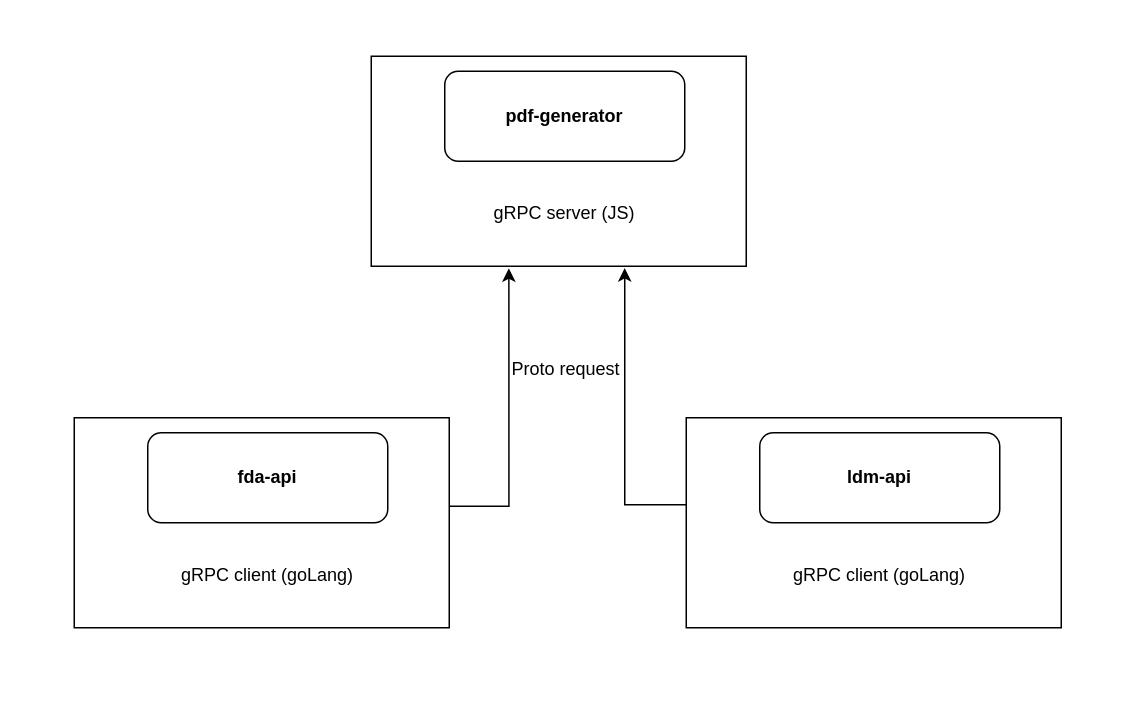
Earlier version of the draw.io diagram Untitled Diagram.drawio (arif2009/diagram). Source tidied: cells renumbered, new cells numbered last; positions are measured from the earlier drawing's top-left corner, leaving out a move shared by most shapes. Both pictures are drawn from the tidied source at 150%, with x=0, y=0 at pixel (74, 56).
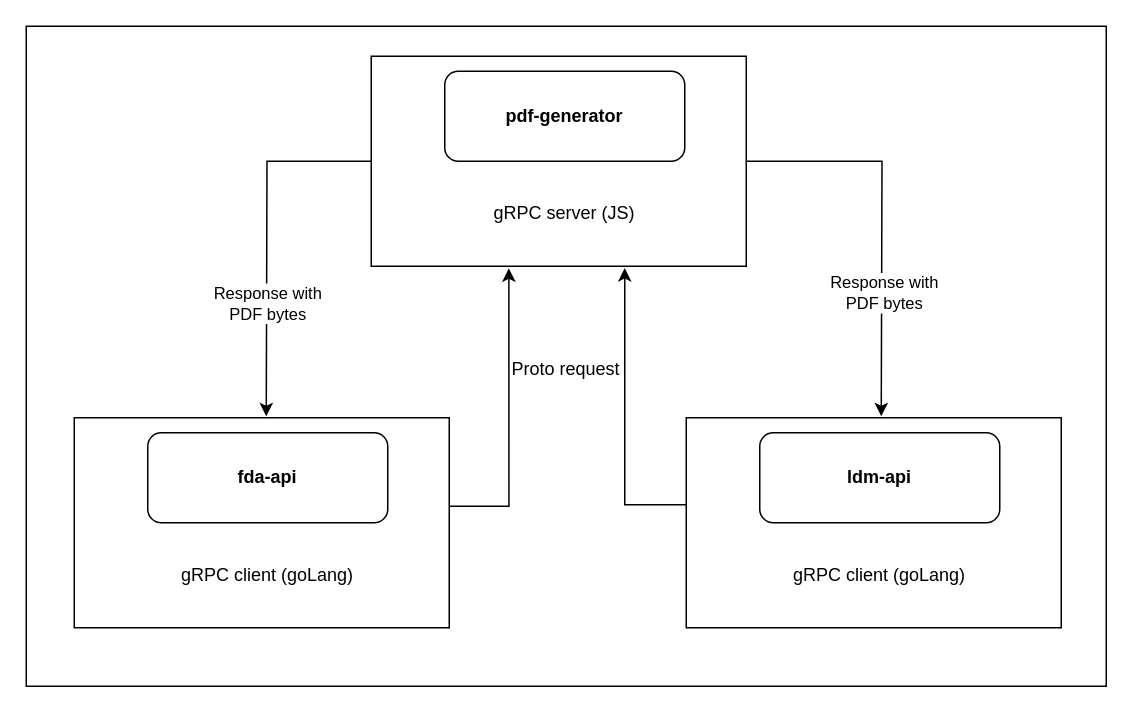
After the change.

Unchanged cells that the change refers to:
```xml
<mxCell id="2" style="rounded=0;whiteSpace=wrap;html=1;" parent="1" vertex="1">
  <mxGeometry x="198" width="250" height="140" as="geometry" />
</mxCell>
```

Diff of the diagram source:
```diff
@@
+    <mxCell id="14" style="rounded=0;whiteSpace=wrap;html=1;" parent="1" vertex="1">
+      <mxGeometry x="-32" y="-20" width="720" height="440" as="geometry" />
+    </mxCell>
+    <mxCell id="15" style="edgeStyle=orthogonalEdgeStyle;rounded=0;jettySize=auto;html=1;" parent="1" edge="1" source="2">
+      <mxGeometry relative="1" as="geometry">
+        <mxPoint x="538" y="240" as="targetPoint" />
+      </mxGeometry>
+    </mxCell>
+    <mxCell id="16" value="Response with &lt;br&gt;PDF bytes" style="edgeLabel;html=1;align=center;verticalAlign=middle;" parent="15" vertex="1">
+      <mxGeometry x="0.22" y="1" relative="1" as="geometry">
+        <mxPoint y="19" as="offset" />
+      </mxGeometry>
+    </mxCell>
+    <mxCell id="17" style="edgeStyle=orthogonalEdgeStyle;rounded=0;jettySize=auto;html=1;" parent="1" edge="1" source="2">
+      <mxGeometry relative="1" as="geometry">
+        <mxPoint x="128" y="240" as="targetPoint" />
+      </mxGeometry>
+    </mxCell>
@@
+    <mxCell id="18" value="Response with &lt;br&gt;PDF bytes" style="edgeLabel;html=1;align=center;verticalAlign=middle;" parent="1" vertex="1">
+      <mxGeometry x="128" y="164" as="geometry" />
+    </mxCell>
```
